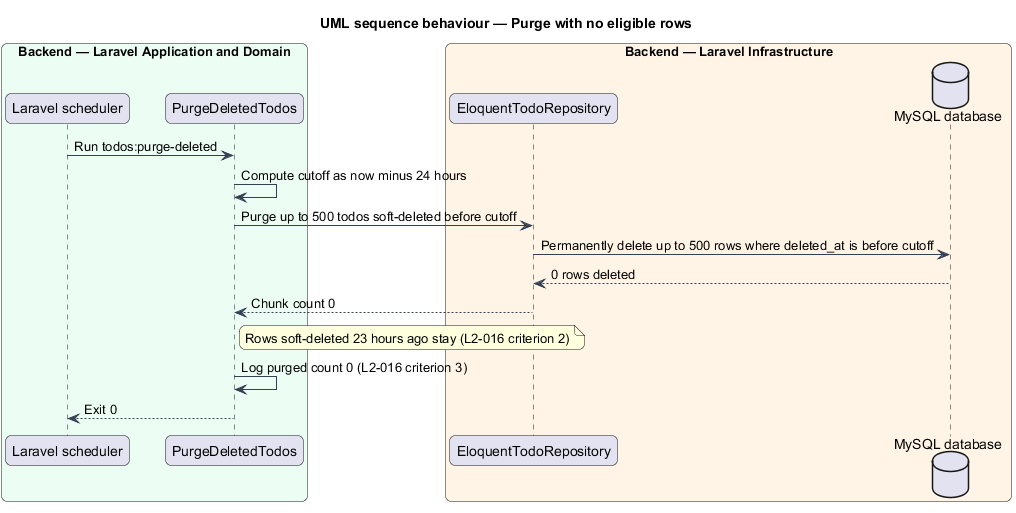
QuinntyneBrown/php-todo-lab keeps this PlantUML diagram as docs/detailed-designs/task-removal/purge-deleted-tasks/diagrams/sequence-purge-no-eligible-rows.png. Above is the earlier version. Its diagram source:
```plantuml
@startuml
title UML sequence behaviour — Purge with no eligible rows
skinparam backgroundColor #FFFFFF
skinparam shadowing false
skinparam roundcorner 12
skinparam defaultFontName Arial
skinparam ArrowColor #344054
skinparam rectangle {
  BorderColor #344054
  FontColor #101828
}
skinparam package {
  BorderColor #667085
  FontColor #101828
  BackgroundColor #F9FAFB
}
box "Backend — Laravel Application and Domain" #ECFDF3
  participant "Laravel scheduler" as scheduler
  participant "PurgeDeletedTodos" as cmd
end box
box "Backend — Laravel Infrastructure" #FFF4E5
  participant "EloquentTodoRepository" as repo
  database "MySQL database" as db
end box
scheduler -> cmd : Run todos:purge-deleted
cmd -> cmd : Compute cutoff as now minus 24 hours
cmd -> repo : Purge up to 500 todos soft-deleted before cutoff
repo -> db : Permanently delete up to 500 rows where deleted_at is before cutoff
db --> repo : 0 rows deleted
repo --> cmd : Chunk count 0
note right of cmd : Rows soft-deleted 23 hours ago stay (L2-016 criterion 2)
cmd -> cmd : Log purged count 0 (L2-016 criterion 3)
cmd --> scheduler : Exit 0
@enduml
```
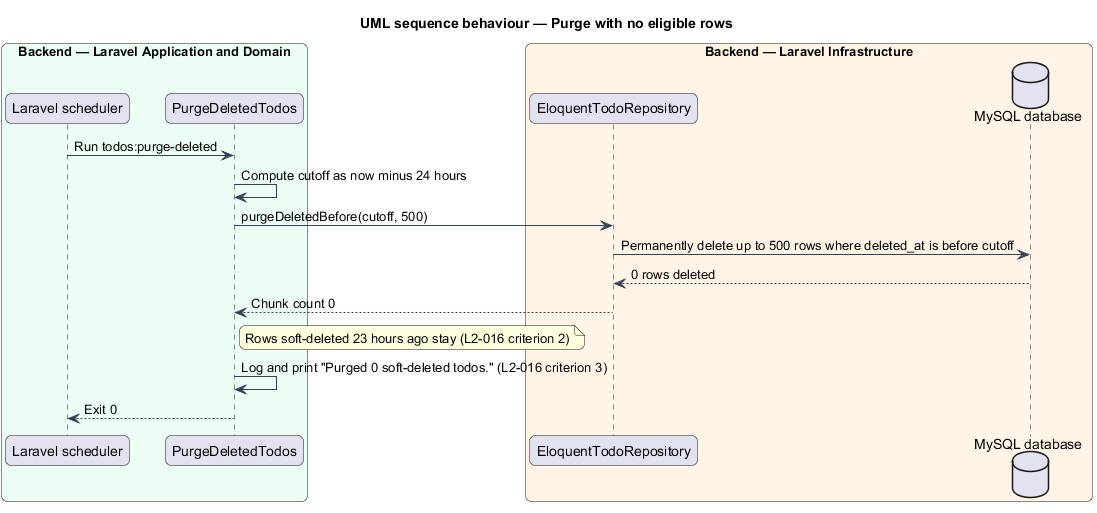
The same diagram one commit later.

Diff of the diagram source:
```diff
@@ -24,11 +24,11 @@
 end box
 scheduler -> cmd : Run todos:purge-deleted
 cmd -> cmd : Compute cutoff as now minus 24 hours
-cmd -> repo : Purge up to 500 todos soft-deleted before cutoff
+cmd -> repo : purgeDeletedBefore(cutoff, 500)
 repo -> db : Permanently delete up to 500 rows where deleted_at is before cutoff
 db --> repo : 0 rows deleted
 repo --> cmd : Chunk count 0
 note right of cmd : Rows soft-deleted 23 hours ago stay (L2-016 criterion 2)
-cmd -> cmd : Log purged count 0 (L2-016 criterion 3)
+cmd -> cmd : Log and print "Purged 0 soft-deleted todos." (L2-016 criterion 3)
 cmd --> scheduler : Exit 0
 @enduml
```
